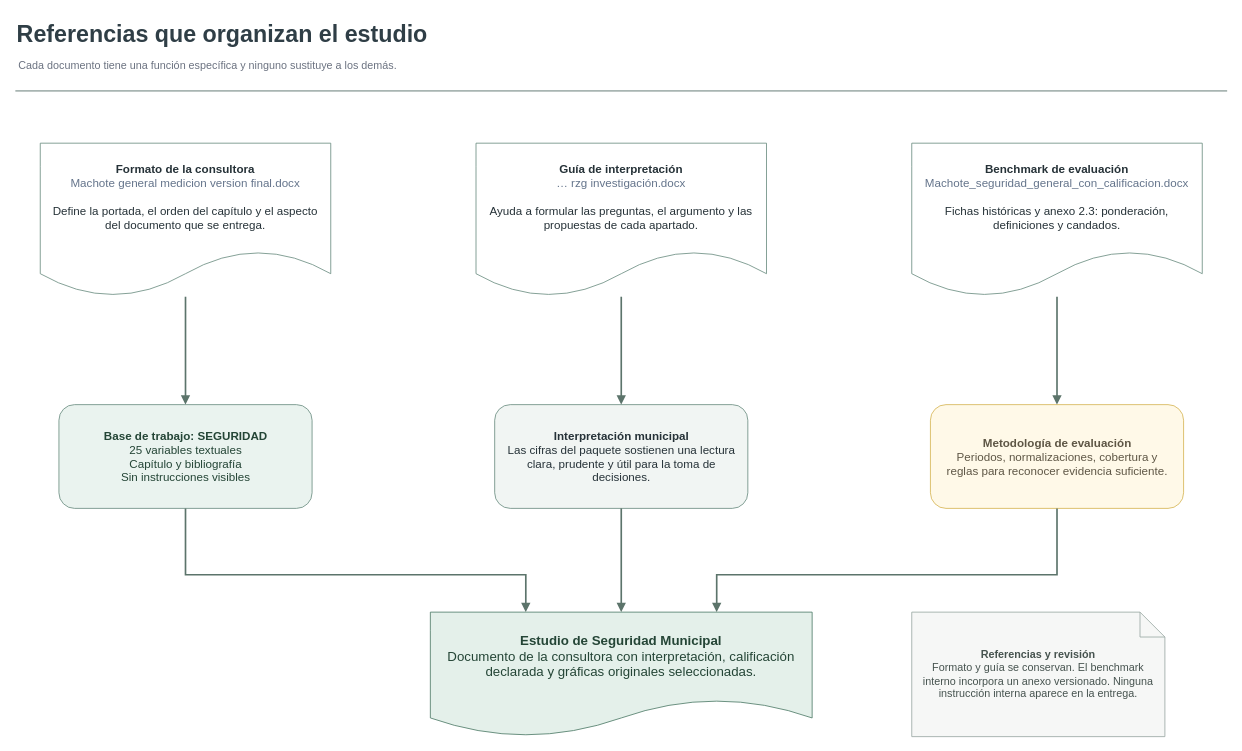
This is page "Referencias y controles" (2 of 2) of flujo_pipeline.drawio from lehcimhdz/pipeline-seguridad-municipios, a draw.io file, before an edit. Source tidied: cells renumbered, new cells numbered last; positions are measured from the earlier drawing's top-left corner, leaving out a move shared by most shapes. Both pictures are drawn from the tidied source at 83%, with x=0, y=0 at pixel (15, 14).
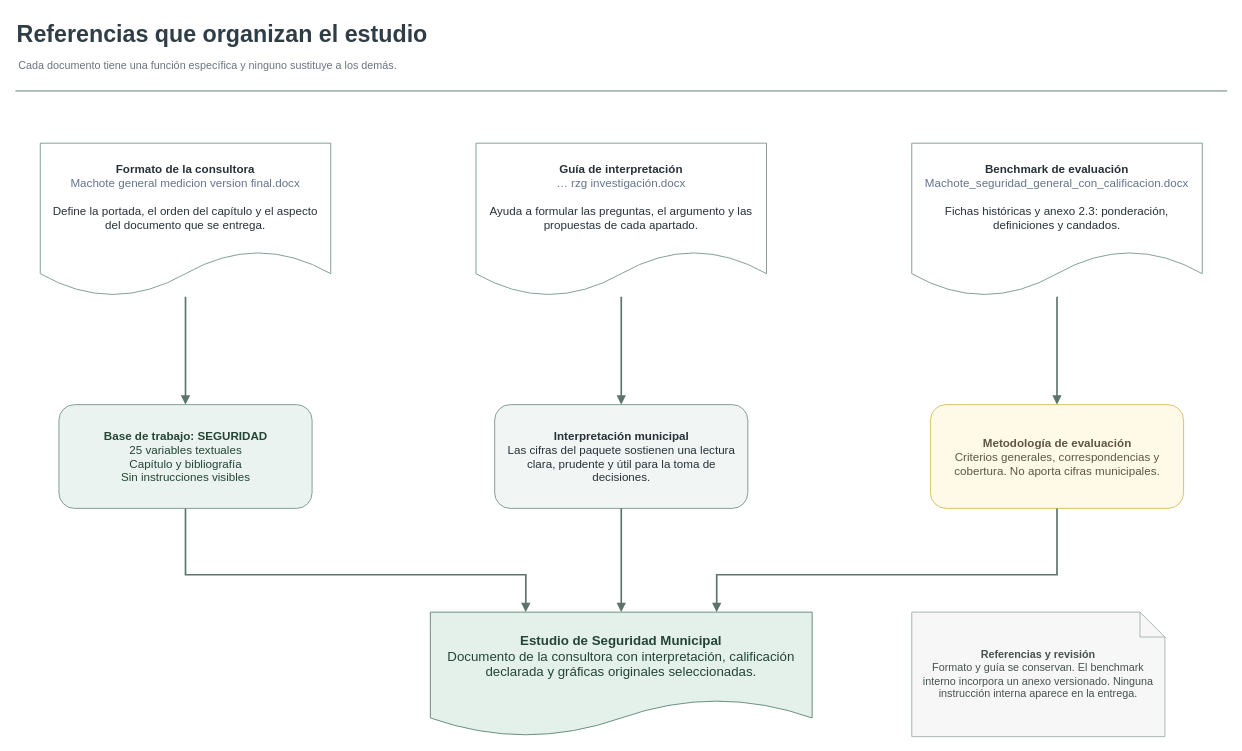
Above is the later version.

What changed in the source:
```diff
@@
-    <mxCell id="9" value="&lt;b&gt;Metodología de evaluación&lt;/b&gt;&lt;br&gt;Periodos, normalizaciones, cobertura y reglas para reconocer evidencia suficiente." style="rounded=1;whiteSpace=wrap;html=1;fillColor=#FFF9E8;strokeColor=#D6B656;fontSize=14;fontColor=#5E5645;spacing=12;" parent="1" vertex="1">
+    <mxCell id="9" value="&lt;b&gt;Metodología de evaluación&lt;/b&gt;&lt;br&gt;Criterios generales, correspondencias y cobertura. No aporta cifras municipales." style="rounded=1;whiteSpace=wrap;html=1;fillColor=#FFF9E8;strokeColor=#D6B656;fontSize=14;fontColor=#5E5645;spacing=12;" parent="1" vertex="1">
       <mxGeometry x="1102.5" y="470" width="305" height="125" as="geometry" />
     </mxCell>
```
